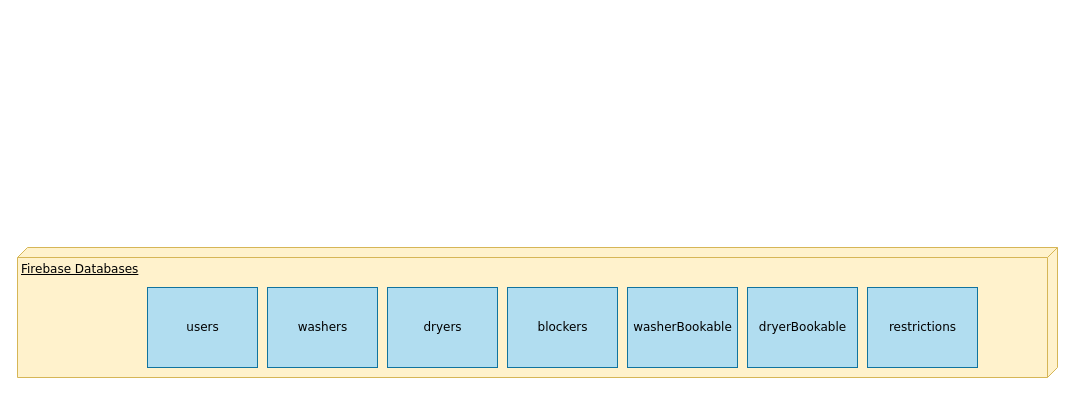
This is UML Diagramme/DBModell.drawio from PriXss/UMLDiagramme, a draw.io file, before an edit. Source tidied: cells renumbered, new cells numbered last; positions are measured from the earlier drawing's top-left corner, leaving out a move shared by most shapes. Both pictures are drawn from the tidied source at 100%, with x=0, y=0 at pixel (17, 247).
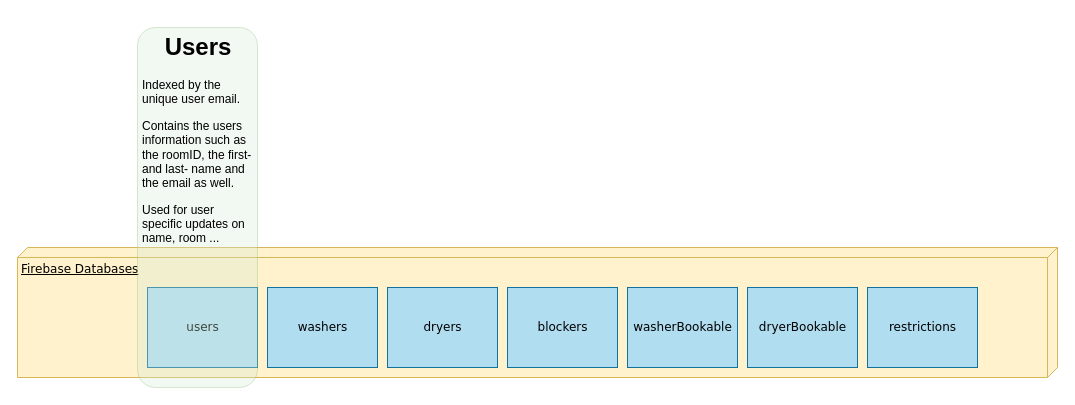
The same diagram, later.

What changed in the source:
```diff
@@
 <mxGraphModel>
   <root>
     <mxCell id="0" />
     <mxCell id="1" parent="0" />
     <mxCell id="2" value="Firebase Databases" style="verticalAlign=top;align=left;spacingTop=8;spacingLeft=2;spacingRight=12;shape=cube;size=10;direction=south;fontStyle=4;html=1;rounded=0;shadow=0;comic=0;labelBackgroundColor=none;strokeWidth=1;fontFamily=Verdana;fontSize=12;fillColor=#fff2cc;strokeColor=#d6b656;" parent="1" vertex="1">
       <mxGeometry width="1040" height="130" as="geometry" />
     </mxCell>
     <mxCell id="3" value="users" style="html=1;rounded=0;shadow=0;comic=0;labelBackgroundColor=none;strokeWidth=1;fontFamily=Verdana;fontSize=12;align=center;fillColor=#b1ddf0;strokeColor=#10739e;" parent="1" vertex="1">
       <mxGeometry x="130" y="40" width="110" height="80" as="geometry" />
     </mxCell>
     <mxCell id="4" value="washers" style="html=1;rounded=0;shadow=0;comic=0;labelBackgroundColor=none;strokeWidth=1;fontFamily=Verdana;fontSize=12;align=center;fillColor=#b1ddf0;strokeColor=#10739e;" parent="1" vertex="1">
       <mxGeometry x="250" y="40" width="110" height="80" as="geometry" />
     </mxCell>
     <mxCell id="5" value="dryers" style="html=1;rounded=0;shadow=0;comic=0;labelBackgroundColor=none;strokeWidth=1;fontFamily=Verdana;fontSize=12;align=center;fillColor=#b1ddf0;strokeColor=#10739e;" parent="1" vertex="1">
       <mxGeometry x="370" y="40" width="110" height="80" as="geometry" />
     </mxCell>
     <mxCell id="6" value="blockers" style="html=1;rounded=0;shadow=0;comic=0;labelBackgroundColor=none;strokeWidth=1;fontFamily=Verdana;fontSize=12;align=center;fillColor=#b1ddf0;strokeColor=#10739e;" parent="1" vertex="1">
       <mxGeometry x="490" y="40" width="110" height="80" as="geometry" />
     </mxCell>
     <mxCell id="7" value="washerBookable" style="html=1;rounded=0;shadow=0;comic=0;labelBackgroundColor=none;strokeWidth=1;fontFamily=Verdana;fontSize=12;align=center;fillColor=#b1ddf0;strokeColor=#10739e;" parent="1" vertex="1">
       <mxGeometry x="610" y="40" width="110" height="80" as="geometry" />
     </mxCell>
     <mxCell id="8" value="dryerBookable" style="html=1;rounded=0;shadow=0;comic=0;labelBackgroundColor=none;strokeWidth=1;fontFamily=Verdana;fontSize=12;align=center;fillColor=#b1ddf0;strokeColor=#10739e;" parent="1" vertex="1">
       <mxGeometry x="730" y="40" width="110" height="80" as="geometry" />
     </mxCell>
     <mxCell id="9" value="restrictions" style="html=1;rounded=0;shadow=0;comic=0;labelBackgroundColor=none;strokeWidth=1;fontFamily=Verdana;fontSize=12;align=center;fillColor=#b1ddf0;strokeColor=#10739e;" parent="1" vertex="1">
       <mxGeometry x="850" y="40" width="110" height="80" as="geometry" />
     </mxCell>
+    <mxCell id="10" style="rounded=1;whiteSpace=wrap;html=1;fillColor=#d5e8d4;strokeColor=#82b366;opacity=30;" parent="1" vertex="1">
+      <mxGeometry x="120" y="-220" width="120" height="360" as="geometry" />
+    </mxCell>
+    <mxCell id="11" value="&lt;h1 style=&quot;text-align: center;&quot;&gt;Users&lt;/h1&gt;&lt;p style=&quot;&quot;&gt;Indexed by the unique user email.&lt;/p&gt;&lt;p&gt;Contains the users information such as the roomID, the first- and last- name and the email as well.&lt;/p&gt;&lt;p&gt;Used for user specific updates on name, room ...&lt;/p&gt;" style="text;html=1;strokeColor=none;fillColor=none;spacing=5;spacingTop=-20;whiteSpace=wrap;overflow=hidden;rounded=0;opacity=30;align=left;" parent="1" vertex="1">
+      <mxGeometry x="120" y="-220" width="120" height="220" as="geometry" />
+    </mxCell>
   </root>
 </mxGraphModel>
```
